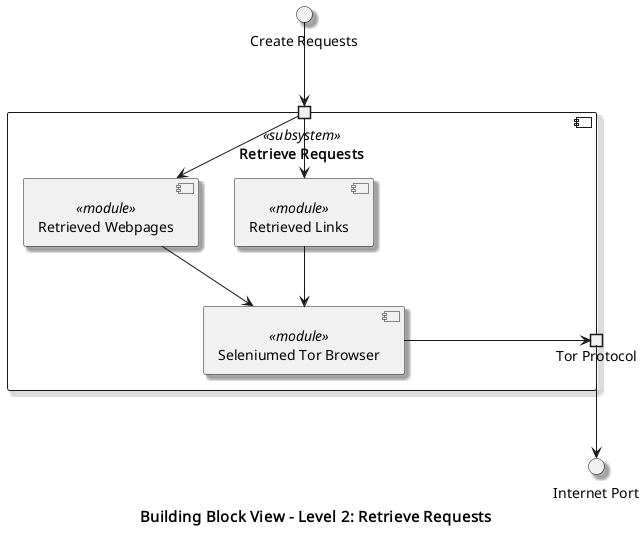
AlAl45643/WebtoEpubwithTor keeps this PlantUML diagram as documents/B-4.png. Above is the earlier version.
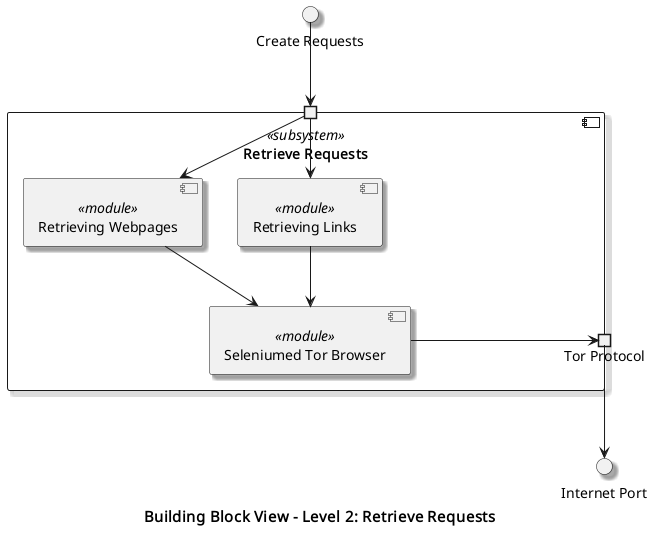
Later version of the same file.

Commit message:
Created CreatingLinks.cs as frontend to Retrieving pages and modifying the list of pages.

Change to the diagram source:
```diff
@@ -12,8 +12,8 @@
 circle "Internet Port" as internet
 
 component "Retrieve Requests" as retrieve <<subsystem>> {
-        component "Retrieved Links" as links <<module>>
-        component "Retrieved Webpages" as pages <<module>>
+        component "Retrieving Links" as links <<module>>
+        component "Retrieving Webpages" as pages <<module>>
         component "Seleniumed Tor Browser" as sel <<module>>
 
         portin " " as request
```
